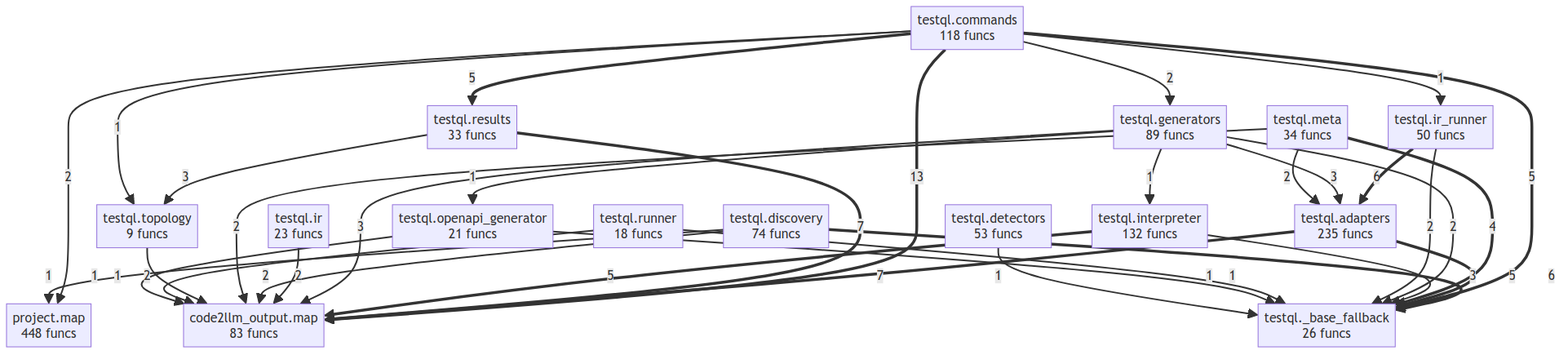
Earlier version of the Mermaid export project/compact_flow.png (oqlos/testql). Its source is kept beside it as project/compact_flow.mmd.
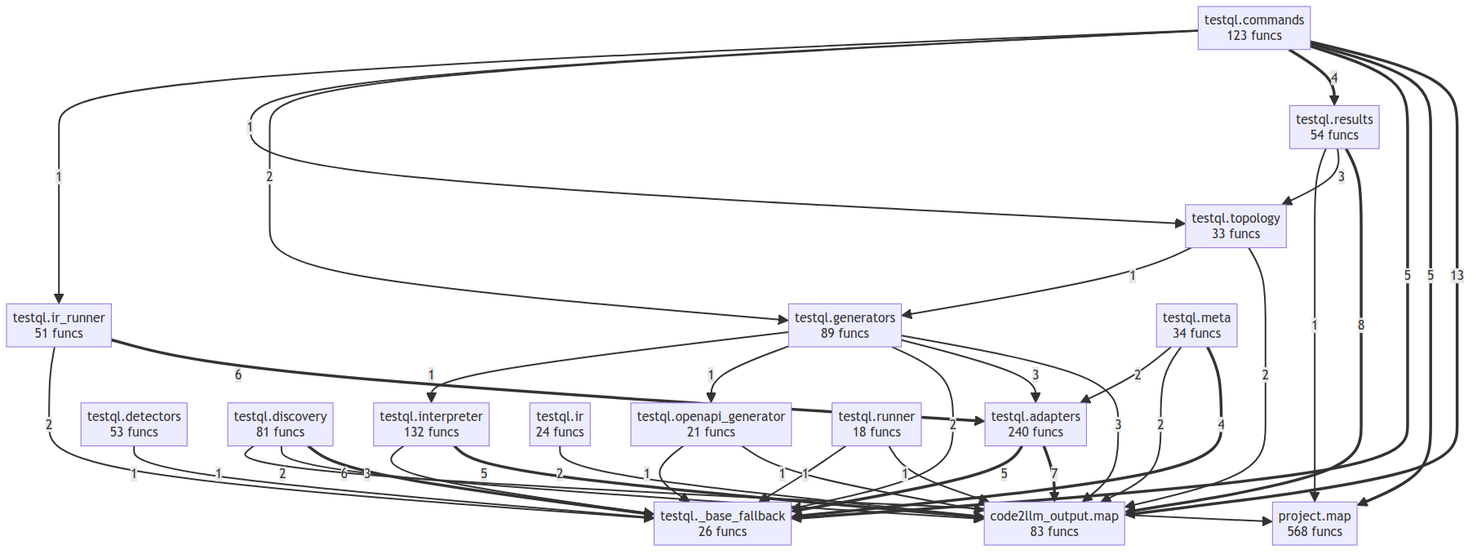
Above is the later version.

What changed in the source:
```diff
@@ -1,35 +1,35 @@
 flowchart TD
     code2llm_output__map["code2llm_output.map<br/>83 funcs"]
-    project__map["project.map<br/>448 funcs"]
+    project__map["project.map<br/>568 funcs"]
     testql___base_fallback["testql._base_fallback<br/>26 funcs"]
-    testql__adapters["testql.adapters<br/>235 funcs"]
-    testql__commands["testql.commands<br/>118 funcs"]
+    testql__adapters["testql.adapters<br/>240 funcs"]
+    testql__commands["testql.commands<br/>123 funcs"]
     testql__detectors["testql.detectors<br/>53 funcs"]
-    testql__discovery["testql.discovery<br/>74 funcs"]
+    testql__discovery["testql.discovery<br/>81 funcs"]
     testql__generators["testql.generators<br/>89 funcs"]
     testql__interpreter["testql.interpreter<br/>132 funcs"]
-    testql__ir["testql.ir<br/>23 funcs"]
-    testql__ir_runner["testql.ir_runner<br/>50 funcs"]
+    testql__ir["testql.ir<br/>24 funcs"]
+    testql__ir_runner["testql.ir_runner<br/>51 funcs"]
     testql__meta["testql.meta<br/>34 funcs"]
     testql__openapi_generator["testql.openapi_generator<br/>21 funcs"]
-    testql__results["testql.results<br/>33 funcs"]
+    testql__results["testql.results<br/>54 funcs"]
     testql__runner["testql.runner<br/>18 funcs"]
-    testql__topology["testql.topology<br/>9 funcs"]
+    testql__topology["testql.topology<br/>33 funcs"]
     testql__commands ==>|13| code2llm_output__map
+    testql__results ==>|8| code2llm_output__map
     testql__adapters ==>|7| code2llm_output__map
-    testql__results ==>|7| code2llm_output__map
     testql__discovery ==>|6| testql___base_fallback
     testql__ir_runner ==>|6| testql__adapters
+    testql__commands ==>|5| project__map
     testql__commands ==>|5| testql___base_fallback
     testql__interpreter ==>|5| code2llm_output__map
     testql__adapters ==>|5| testql___base_fallback
-    testql__commands ==>|5| testql__results
     testql__meta ==>|4| testql___base_fallback
+    testql__commands ==>|4| testql__results
     testql__interpreter -->|3| testql___base_fallback
+    testql__results -->|3| testql__topology
     testql__generators -->|3| code2llm_output__map
     testql__generators -->|3| testql__adapters
-    testql__results -->|3| testql__topology
-    testql__commands -->|2| project__map
     testql__commands -->|2| testql__generators
     testql__ir -->|2| code2llm_output__map
     testql__discovery -->|2| code2llm_output__map
@@ -42,9 +42,11 @@
     testql__runner -->|1| testql___base_fallback
     testql__openapi_generator -->|1| code2llm_output__map
     testql__openapi_generator -->|1| testql___base_fallback
+    testql__commands -->|1| testql__topology
+    testql__commands -->|1| testql__ir_runner
     testql__generators -->|1| testql__openapi_generator
     testql__generators -->|1| testql__interpreter
     testql__detectors -->|1| testql___base_fallback
     testql__discovery -->|1| project__map
-    testql__commands -->|1| testql__topology
-    testql__commands -->|1| testql__ir_runner
+    testql__results -->|1| project__map
+    testql__topology -->|1| testql__generators
```
